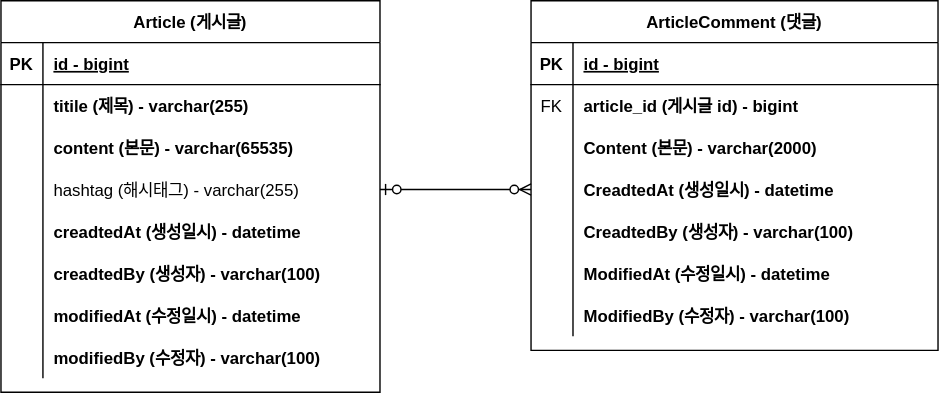
Above: document/board-erd.drawio.svg in 100gammmit/FC-1-board (draw.io), before the change. Source tidied: cells renumbered, new cells last; positions are measured from the earlier drawing's top-left corner, leaving out a move shared by most shapes.
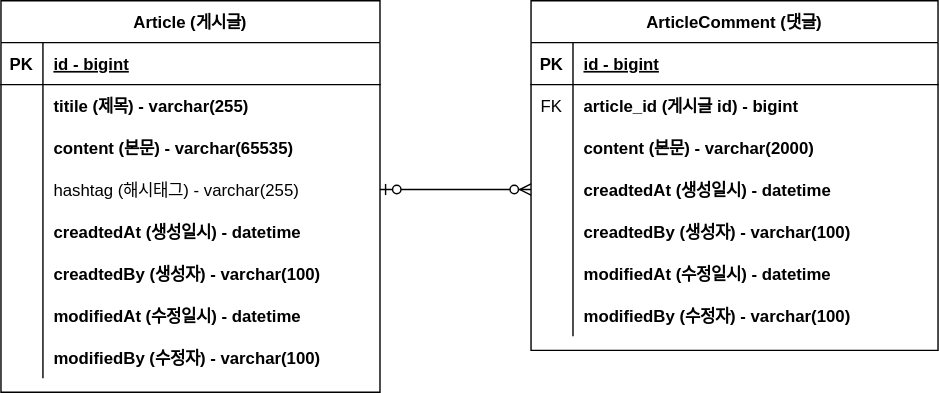
After the commit.

Commit message:
board-erd 대문자->소문자

What changed in the source:
```diff
@@ -104,7 +104,7 @@
     <mxCell id="35" style="shape=partialRectangle;fillColor=none;top=0;left=0;bottom=0;right=0;overflow=hidden;" parent="34" vertex="1">
       <mxGeometry width="30" height="30" as="geometry" />
     </mxCell>
-    <mxCell id="36" value="Content (본문) - varchar(2000)" style="shape=partialRectangle;fillColor=none;top=0;left=0;bottom=0;right=0;align=left;spacingLeft=6;overflow=hidden;fontStyle=1;" parent="34" vertex="1">
+    <mxCell id="36" value="content (본문) - varchar(2000)" style="shape=partialRectangle;fillColor=none;top=0;left=0;bottom=0;right=0;align=left;spacingLeft=6;overflow=hidden;fontStyle=1;" parent="34" vertex="1">
       <mxGeometry x="30" width="261" height="30" as="geometry" />
     </mxCell>
     <mxCell id="37" style="shape=tableRow;horizontal=0;startSize=0;swimlaneHead=0;swimlaneBody=0;fillColor=none;points=[[0,0.5],[1,0.5]];portConstraint=eastwest;top=0;left=0;right=0;bottom=0;" parent="27" vertex="1">
@@ -113,7 +113,7 @@
     <mxCell id="38" style="shape=partialRectangle;fillColor=none;top=0;left=0;bottom=0;right=0;overflow=hidden;" parent="37" vertex="1">
       <mxGeometry width="30" height="30" as="geometry" />
     </mxCell>
-    <mxCell id="39" value="CreadtedAt (생성일시) - datetime" style="shape=partialRectangle;fillColor=none;top=0;left=0;bottom=0;right=0;align=left;spacingLeft=6;overflow=hidden;fontStyle=1;" parent="37" vertex="1">
+    <mxCell id="39" value="creadtedAt (생성일시) - datetime" style="shape=partialRectangle;fillColor=none;top=0;left=0;bottom=0;right=0;align=left;spacingLeft=6;overflow=hidden;fontStyle=1;" parent="37" vertex="1">
       <mxGeometry x="30" width="261" height="30" as="geometry" />
     </mxCell>
     <mxCell id="40" style="shape=tableRow;horizontal=0;startSize=0;swimlaneHead=0;swimlaneBody=0;fillColor=none;top=0;left=0;right=0;bottom=0;" parent="27" vertex="1">
@@ -122,7 +122,7 @@
     <mxCell id="41" style="shape=partialRectangle;fillColor=none;top=0;left=0;bottom=0;right=0;overflow=hidden;" parent="40" vertex="1">
       <mxGeometry width="30" height="30" as="geometry" />
     </mxCell>
-    <mxCell id="42" value="CreadtedBy (생성자) - varchar(100)" style="shape=partialRectangle;fillColor=none;top=0;left=0;bottom=0;right=0;align=left;spacingLeft=6;overflow=hidden;fontStyle=1;" parent="40" vertex="1">
+    <mxCell id="42" value="creadtedBy (생성자) - varchar(100)" style="shape=partialRectangle;fillColor=none;top=0;left=0;bottom=0;right=0;align=left;spacingLeft=6;overflow=hidden;fontStyle=1;" parent="40" vertex="1">
       <mxGeometry x="30" width="261" height="30" as="geometry" />
     </mxCell>
     <mxCell id="43" style="shape=tableRow;horizontal=0;startSize=0;swimlaneHead=0;swimlaneBody=0;fillColor=none;top=0;left=0;right=0;bottom=0;" parent="27" vertex="1">
@@ -131,7 +131,7 @@
     <mxCell id="44" style="shape=partialRectangle;fillColor=none;top=0;left=0;bottom=0;right=0;overflow=hidden;" parent="43" vertex="1">
       <mxGeometry width="30" height="30" as="geometry" />
     </mxCell>
-    <mxCell id="45" value="ModifiedAt (수정일시) - datetime" style="shape=partialRectangle;fillColor=none;top=0;left=0;bottom=0;right=0;align=left;spacingLeft=6;overflow=hidden;fontStyle=1;" parent="43" vertex="1">
+    <mxCell id="45" value="modifiedAt (수정일시) - datetime" style="shape=partialRectangle;fillColor=none;top=0;left=0;bottom=0;right=0;align=left;spacingLeft=6;overflow=hidden;fontStyle=1;" parent="43" vertex="1">
       <mxGeometry x="30" width="261" height="30" as="geometry" />
     </mxCell>
     <mxCell id="46" style="shape=tableRow;horizontal=0;startSize=0;swimlaneHead=0;swimlaneBody=0;fillColor=none;top=0;left=0;right=0;bottom=0;" parent="27" vertex="1">
@@ -140,7 +140,7 @@
     <mxCell id="47" style="shape=partialRectangle;fillColor=none;top=0;left=0;bottom=0;right=0;overflow=hidden;" parent="46" vertex="1">
       <mxGeometry width="30" height="30" as="geometry" />
     </mxCell>
-    <mxCell id="48" value="ModifiedBy (수정자) - varchar(100)" style="shape=partialRectangle;fillColor=none;top=0;left=0;bottom=0;right=0;align=left;spacingLeft=6;overflow=hidden;fontStyle=1;" parent="46" vertex="1">
+    <mxCell id="48" value="modifiedBy (수정자) - varchar(100)" style="shape=partialRectangle;fillColor=none;top=0;left=0;bottom=0;right=0;align=left;spacingLeft=6;overflow=hidden;fontStyle=1;" parent="46" vertex="1">
       <mxGeometry x="30" width="261" height="30" as="geometry" />
     </mxCell>
     <mxCell id="49" style="edgeStyle=entityRelationEdgeStyle;fontSize=12;html=1;endArrow=ERzeroToMany;startArrow=ERzeroToOne;rounded=0;entryX=0;entryY=0.5;entryDx=0;entryDy=0;exitX=1;exitY=0.5;exitDx=0;exitDy=0;" parent="1" edge="1" source="12" target="37">
```
